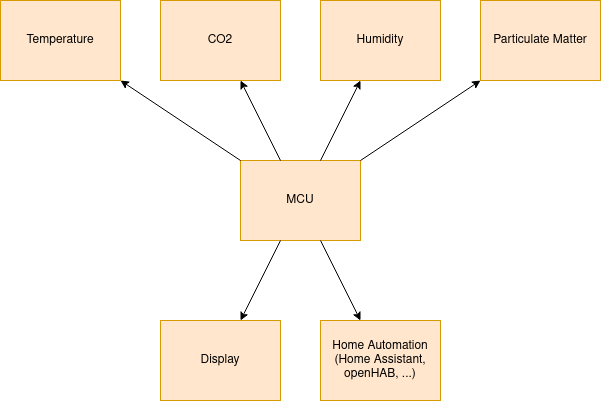
This is Ambiainvis.drawio.png from FadriPestalozzi/ambiainvis, a draw.io export, as it was before one commit. Source tidied: cells renumbered, new cells last; positions are measured from the earlier drawing's top-left corner, leaving out a move shared by most shapes.
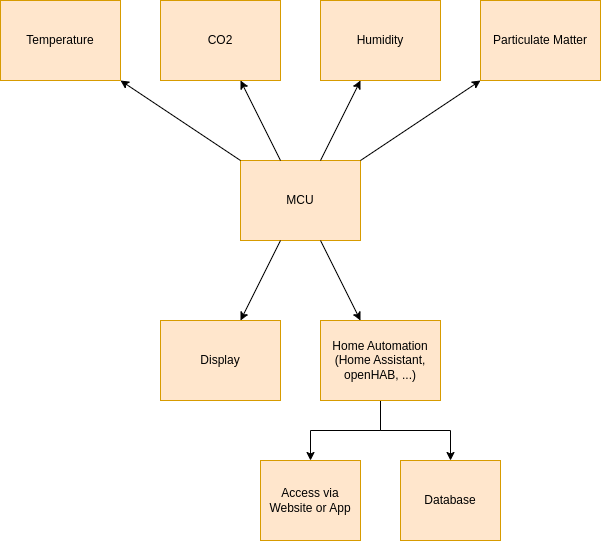
Above is the later version.

What changed in the source:
```diff
@@ -35,11 +35,23 @@
     <mxCell id="12" style="endArrow=classic;html=1;rounded=0;" parent="1" edge="1" source="2" target="11">
       <mxGeometry relative="1" as="geometry" />
     </mxCell>
+    <mxCell id="15" style="edgeStyle=orthogonalEdgeStyle;rounded=0;jettySize=auto;html=1;exitX=0.5;exitY=1;exitDx=0;exitDy=0;" parent="1" edge="1" source="13" target="18">
+      <mxGeometry relative="1" as="geometry" />
+    </mxCell>
+    <mxCell id="16" style="edgeStyle=orthogonalEdgeStyle;rounded=0;jettySize=auto;html=1;exitX=0.5;exitY=1;exitDx=0;exitDy=0;entryX=0.5;entryY=0;entryDx=0;entryDy=0;" parent="1" edge="1" source="13" target="17">
+      <mxGeometry relative="1" as="geometry" />
+    </mxCell>
     <mxCell id="13" value="&lt;div&gt;Home Automation&lt;/div&gt;&lt;div&gt;(Home Assistant, openHAB, ...)&lt;br&gt;&lt;/div&gt;" style="rounded=0;whiteSpace=wrap;html=1;fillColor=#ffe6cc;strokeColor=#d79b00;" parent="1" vertex="1">
       <mxGeometry x="320" y="320" width="120" height="80" as="geometry" />
     </mxCell>
     <mxCell id="14" style="endArrow=classic;html=1;rounded=0;" parent="1" edge="1" source="2" target="13">
       <mxGeometry relative="1" as="geometry" />
     </mxCell>
+    <mxCell id="17" value="Database" style="rounded=0;whiteSpace=wrap;html=1;fillColor=#ffe6cc;strokeColor=#d79b00;" parent="1" vertex="1">
+      <mxGeometry x="400" y="460" width="100" height="80" as="geometry" />
+    </mxCell>
+    <mxCell id="18" value="Access via Website or App" style="rounded=0;whiteSpace=wrap;html=1;fillColor=#ffe6cc;strokeColor=#d79b00;" parent="1" vertex="1">
+      <mxGeometry x="260" y="460" width="100" height="80" as="geometry" />
+    </mxCell>
   </root>
 </mxGraphModel>
```
